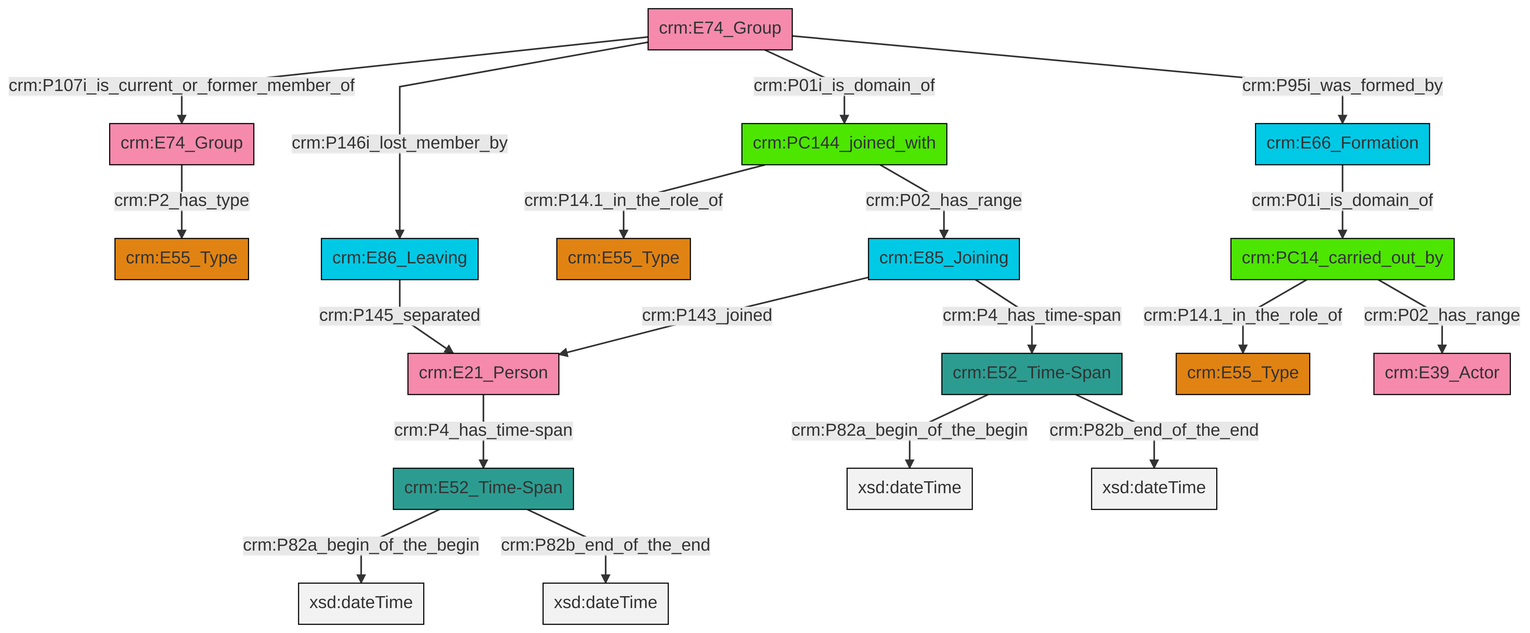
swiss-art-research-net/reference-data-models keeps this Mermaid diagram as et/groupCSV/ttl/mmd/png/group_actor_relations.png. Above is the earlier version. Its source is kept beside it as et/groupCSV/ttl/mmd/group_actor_relations.ttl.mmd.
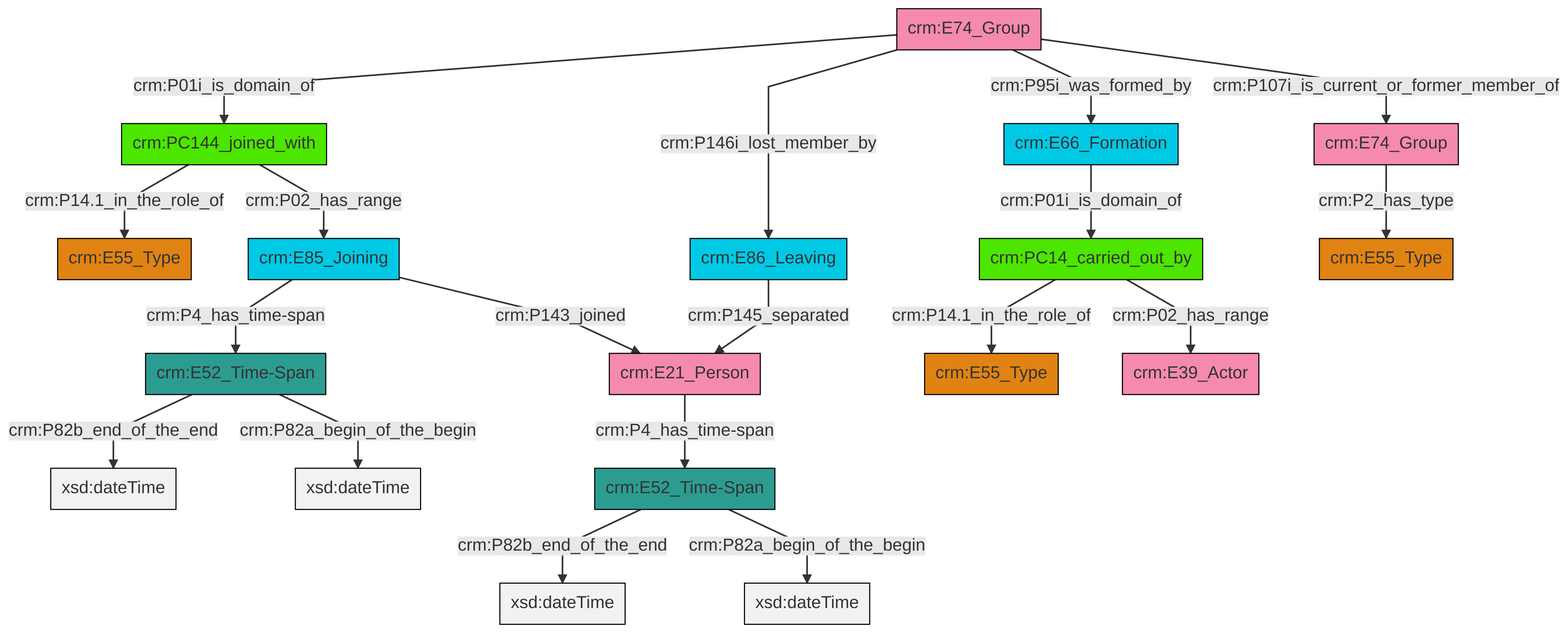
The same file after the commit.

Change to the diagram source:
```diff
@@ -13,21 +13,21 @@
 classDef PC_Classes fill:#4ce600, stroke:#000000;
 classDef Multi fill:#cccccc,stroke:#000000;
 
-2["crm:PC14_carried_out_by"]:::PC_Classes -->|crm:P14.1_in_the_role_of| 0["crm:E55_Type"]:::Type
-3["crm:PC144_joined_with"]:::PC_Classes -->|crm:P14.1_in_the_role_of| 4["crm:E55_Type"]:::Type
-2["crm:PC14_carried_out_by"]:::PC_Classes -->|crm:P02_has_range| 7["crm:E39_Actor"]:::Actor
-8["crm:E85_Joining"]:::Temporal_Entity -->|crm:P143_joined| 9["crm:E21_Person"]:::Actor
-12["crm:E74_Group"]:::Actor -->|crm:P107i_is_current_or_former_member_of| 13["crm:E74_Group"]:::Actor
-16["crm:E52_Time-Span"]:::Time-Span -->|crm:P82a_begin_of_the_begin| 17[xsd:dateTime]:::Literal
-3["crm:PC144_joined_with"]:::PC_Classes -->|crm:P02_has_range| 8["crm:E85_Joining"]:::Temporal_Entity
-20["crm:E52_Time-Span"]:::Time-Span -->|crm:P82a_begin_of_the_begin| 21[xsd:dateTime]:::Literal
-13["crm:E74_Group"]:::Actor -->|crm:P2_has_type| 5["crm:E55_Type"]:::Type
-12["crm:E74_Group"]:::Actor -->|crm:P146i_lost_member_by| 10["crm:E86_Leaving"]:::Temporal_Entity
-16["crm:E52_Time-Span"]:::Time-Span -->|crm:P82b_end_of_the_end| 25[xsd:dateTime]:::Literal
-20["crm:E52_Time-Span"]:::Time-Span -->|crm:P82b_end_of_the_end| 28[xsd:dateTime]:::Literal
-9["crm:E21_Person"]:::Actor -->|crm:P4_has_time-span| 20["crm:E52_Time-Span"]:::Time-Span
-10["crm:E86_Leaving"]:::Temporal_Entity -->|crm:P145_separated| 9["crm:E21_Person"]:::Actor
-12["crm:E74_Group"]:::Actor -->|crm:P01i_is_domain_of| 3["crm:PC144_joined_with"]:::PC_Classes
-23["crm:E66_Formation"]:::Temporal_Entity -->|crm:P01i_is_domain_of| 2["crm:PC14_carried_out_by"]:::PC_Classes
-12["crm:E74_Group"]:::Actor -->|crm:P95i_was_formed_by| 23["crm:E66_Formation"]:::Temporal_Entity
-8["crm:E85_Joining"]:::Temporal_Entity -->|crm:P4_has_time-span| 16["crm:E52_Time-Span"]:::Time-Span
+0["crm:PC144_joined_with"]:::PC_Classes -->|crm:P14.1_in_the_role_of| 1["crm:E55_Type"]:::Type
+2["crm:E85_Joining"]:::Temporal_Entity -->|crm:P4_has_time-span| 3["crm:E52_Time-Span"]:::Time-Span
+6["crm:E21_Person"]:::Actor -->|crm:P4_has_time-span| 7["crm:E52_Time-Span"]:::Time-Span
+8["crm:E74_Group"]:::Actor -->|crm:P01i_is_domain_of| 0["crm:PC144_joined_with"]:::PC_Classes
+16["crm:PC14_carried_out_by"]:::PC_Classes -->|crm:P14.1_in_the_role_of| 17["crm:E55_Type"]:::Type
+0["crm:PC144_joined_with"]:::PC_Classes -->|crm:P02_has_range| 2["crm:E85_Joining"]:::Temporal_Entity
+20["crm:E86_Leaving"]:::Temporal_Entity -->|crm:P145_separated| 6["crm:E21_Person"]:::Actor
+16["crm:PC14_carried_out_by"]:::PC_Classes -->|crm:P02_has_range| 23["crm:E39_Actor"]:::Actor
+8["crm:E74_Group"]:::Actor -->|crm:P146i_lost_member_by| 20["crm:E86_Leaving"]:::Temporal_Entity
+9["crm:E74_Group"]:::Actor -->|crm:P2_has_type| 13["crm:E55_Type"]:::Type
+11["crm:E66_Formation"]:::Temporal_Entity -->|crm:P01i_is_domain_of| 16["crm:PC14_carried_out_by"]:::PC_Classes
+2["crm:E85_Joining"]:::Temporal_Entity -->|crm:P143_joined| 6["crm:E21_Person"]:::Actor
+7["crm:E52_Time-Span"]:::Time-Span -->|crm:P82b_end_of_the_end| 29[xsd:dateTime]:::Literal
+8["crm:E74_Group"]:::Actor -->|crm:P95i_was_formed_by| 11["crm:E66_Formation"]:::Temporal_Entity
+7["crm:E52_Time-Span"]:::Time-Span -->|crm:P82a_begin_of_the_begin| 30[xsd:dateTime]:::Literal
+8["crm:E74_Group"]:::Actor -->|crm:P107i_is_current_or_former_member_of| 9["crm:E74_Group"]:::Actor
+3["crm:E52_Time-Span"]:::Time-Span -->|crm:P82b_end_of_the_end| 32[xsd:dateTime]:::Literal
+3["crm:E52_Time-Span"]:::Time-Span -->|crm:P82a_begin_of_the_begin| 33[xsd:dateTime]:::Literal
```
